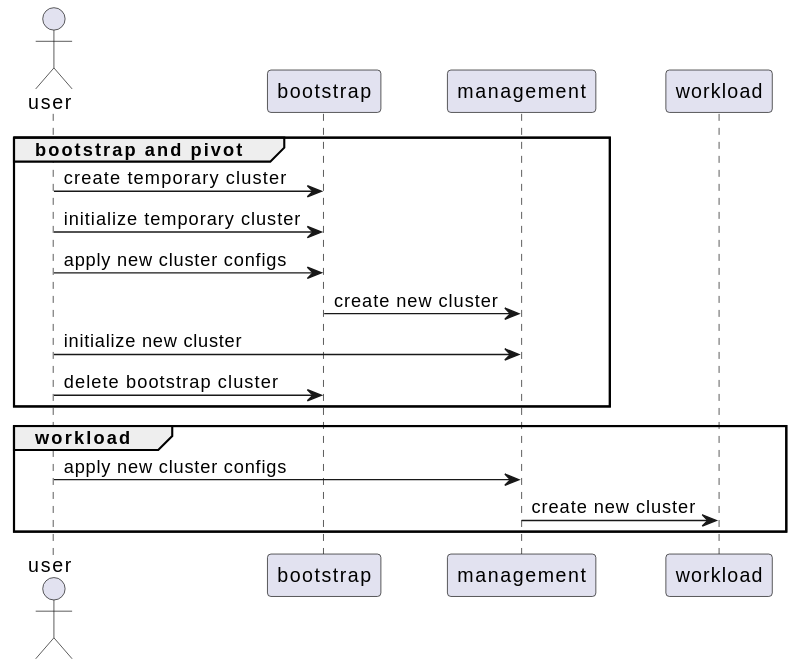
Before: docs/diagrams/out/ClusterAPI-Bootstrap-Pivot.svg, a diagram exported from PlantUML (retaildevcrews/ngsa-asb). Source of this version:
```plantuml
@startuml ClusterAPI-Bootstrap-Pivot

actor user
participant bootstrap
participant management
participant workload

group bootstrap and pivot
  user -> bootstrap: create temporary cluster
  user -> bootstrap: initialize temporary cluster
  user -> bootstrap: apply new cluster configs
  bootstrap -> management: create new cluster
  user -> management: initialize new cluster
  user -> bootstrap: delete bootstrap cluster
end

group workload
  user -> management: apply new cluster configs
  management -> workload: create new cluster
end

@enduml
```
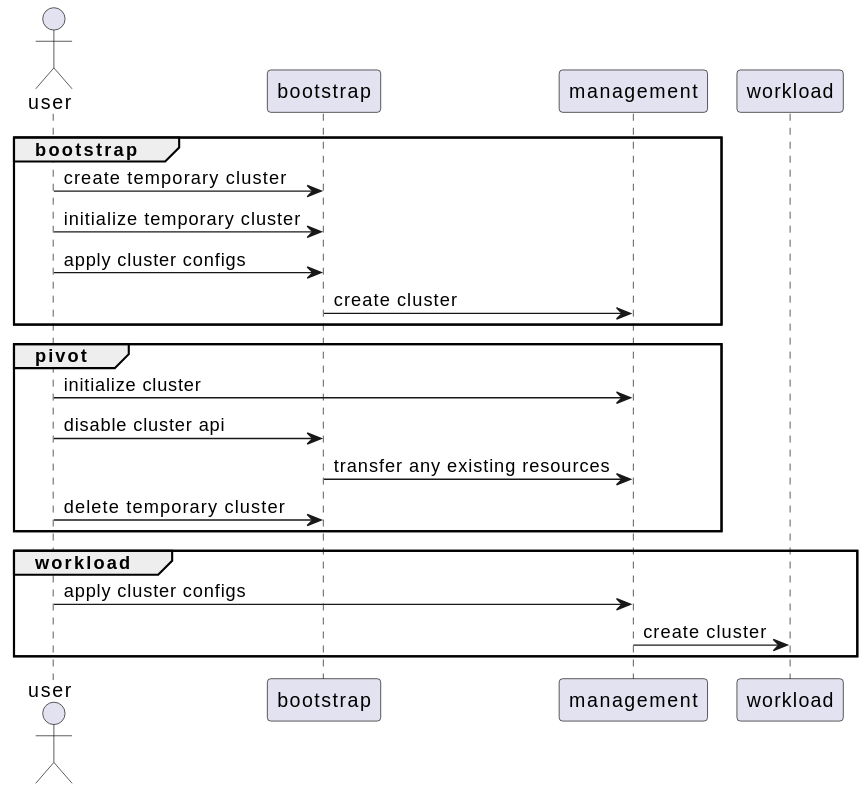
The same diagram one commit later.

Commit message:
update from review. call out the benefits of bootstrap and pivot process. add checklist to TODOs section for future prioritization

What changed in the source:
```diff
@@ -5,18 +5,23 @@
 participant management
 participant workload
 
-group bootstrap and pivot
+group bootstrap
   user -> bootstrap: create temporary cluster
   user -> bootstrap: initialize temporary cluster
-  user -> bootstrap: apply new cluster configs
-  bootstrap -> management: create new cluster
-  user -> management: initialize new cluster
-  user -> bootstrap: delete bootstrap cluster
+  user -> bootstrap: apply cluster configs
+  bootstrap -> management: create cluster
+end
+
+group pivot
+  user -> management: initialize cluster
+  user -> bootstrap: disable cluster api
+  bootstrap -> management: transfer any existing resources
+  user -> bootstrap: delete temporary cluster
 end
 
 group workload
-  user -> management: apply new cluster configs
-  management -> workload: create new cluster
+  user -> management: apply cluster configs
+  management -> workload: create cluster
 end
 
 @enduml
```
